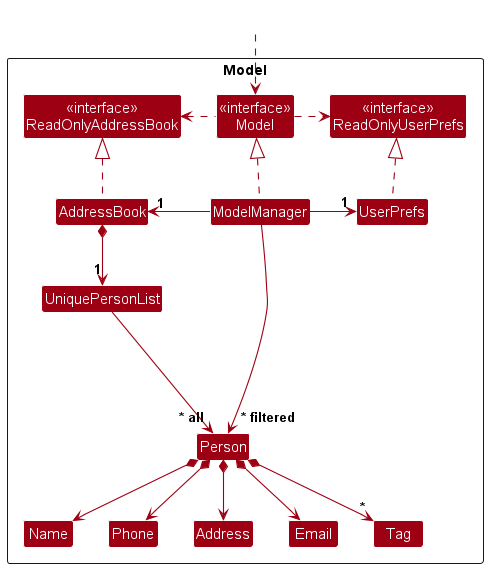
Earlier version of the PlantUML export docs/images/ModelClassDiagram.png (nus-cs2103-AY2425S1/tp).
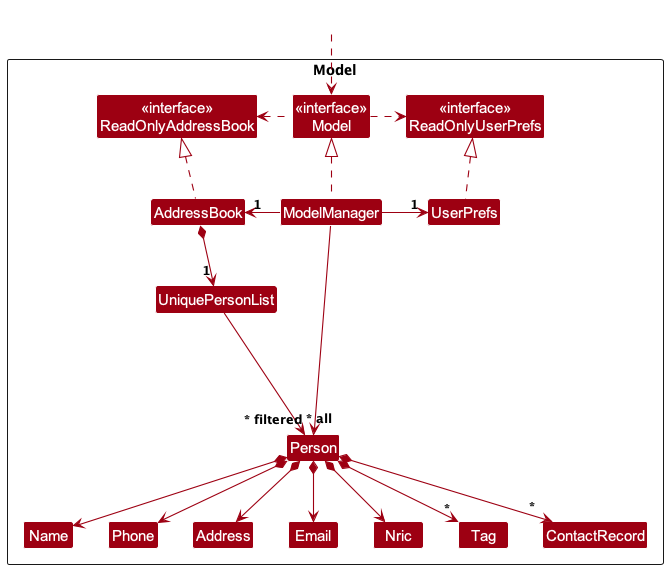
Above is the later version.

What changed in the source:
```diff
@@ -17,8 +17,10 @@
 Class Address
 Class Email
 Class Name
+Class Nric
 Class Phone
 Class Tag
+Class ContactRecord
 
 Class I #FFFFFF
 }
@@ -38,10 +40,12 @@
 AddressBook *--> "1" UniquePersonList
 UniquePersonList --> "~* all" Person
 Person *--> Name
+Person *--> Nric
 Person *--> Phone
 Person *--> Email
 Person *--> Address
 Person *--> "*" Tag
+Person *--> "*" ContactRecord
 
 Person -[hidden]up--> I
 UniquePersonList -[hidden]right-> I
```
